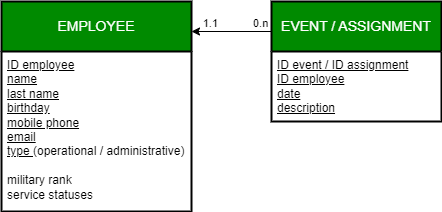
alessandropanzieri/GSS-Exprivia-project keeps this draw.io diagram as documentation/diagrams/er model diagram/er model diagram.png. Above is the earlier version. Source tidied: cells renumbered, new cells last; positions are measured from the earlier drawing's top-left corner, leaving out a move shared by most shapes.
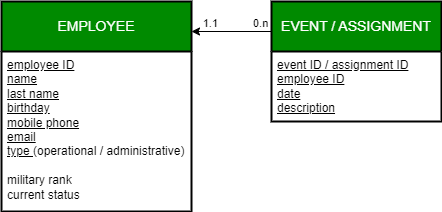
The same diagram one commit later.

Commit message:
edit er model diagram

What changed in the source:
```diff
@@ -5,13 +5,13 @@
     <mxCell id="2" value="EMPLOYEE" style="swimlane;horizontal=1;startSize=50;rounded=0;fontSize=14;fontStyle=0;strokeWidth=2;shadow=0;dashed=0;align=center;arcSize=4;whiteSpace=wrap;html=1;fillColor=#008a00;fontColor=#ffffff;strokeColor=#000000;swimlaneFillColor=#FFFFFF;" parent="1" vertex="1">
       <mxGeometry width="190" height="210" as="geometry" />
     </mxCell>
-    <mxCell id="3" value="&lt;font color=&quot;#000000&quot;&gt;&lt;u&gt;ID employee&lt;/u&gt;&lt;br&gt;&lt;u&gt;name&lt;br&gt;last name&lt;br&gt;birthday&lt;br&gt;mobile phone&lt;br&gt;email&lt;br&gt;type&amp;nbsp;&lt;/u&gt;(operational / administrative)&lt;br&gt;&lt;br&gt;military rank&lt;br&gt;service statuses&lt;/font&gt;" style="align=left;strokeColor=none;fillColor=none;spacingLeft=4;fontSize=12;verticalAlign=top;html=1;" parent="2" vertex="1">
+    <mxCell id="3" value="&lt;font color=&quot;#000000&quot;&gt;&lt;u&gt;employee ID&lt;/u&gt;&lt;br&gt;&lt;u&gt;name&lt;br&gt;last name&lt;br&gt;birthday&lt;br&gt;mobile phone&lt;br&gt;email&lt;br&gt;type&amp;nbsp;&lt;/u&gt;(operational / administrative)&lt;br&gt;&lt;br&gt;military rank&lt;br&gt;current status&lt;/font&gt;" style="align=left;strokeColor=none;fillColor=none;spacingLeft=4;fontSize=12;verticalAlign=top;html=1;" parent="2" vertex="1">
       <mxGeometry y="50" width="190" height="160" as="geometry" />
     </mxCell>
     <mxCell id="4" value="EVENT / ASSIGNMENT" style="swimlane;horizontal=1;startSize=50;rounded=0;fontSize=14;fontStyle=0;strokeWidth=2;shadow=0;dashed=0;align=center;arcSize=4;whiteSpace=wrap;html=1;fillColor=#008a00;fontColor=#ffffff;strokeColor=#000000;swimlaneFillColor=#FFFFFF;" parent="1" vertex="1">
       <mxGeometry x="270" width="170" height="120" as="geometry" />
     </mxCell>
-    <mxCell id="5" value="&lt;font style=&quot;&quot; color=&quot;#000000&quot;&gt;&lt;u&gt;ID event / ID assignment&lt;br&gt;ID employee&lt;br&gt;date&lt;br&gt;description&lt;/u&gt;&lt;/font&gt;" style="align=left;strokeColor=none;fillColor=none;spacingLeft=4;fontSize=12;verticalAlign=top;html=1;" parent="4" vertex="1">
+    <mxCell id="5" value="&lt;font style=&quot;&quot; color=&quot;#000000&quot;&gt;&lt;u&gt;event ID / assignment ID&lt;br&gt;employee ID&lt;br&gt;date&lt;br&gt;description&lt;/u&gt;&lt;/font&gt;" style="align=left;strokeColor=none;fillColor=none;spacingLeft=4;fontSize=12;verticalAlign=top;html=1;" parent="4" vertex="1">
       <mxGeometry y="50" width="170" height="70" as="geometry" />
     </mxCell>
     <mxCell id="6" style="endArrow=classic;html=1;rounded=0;strokeColor=#000000;" parent="1" edge="1">
```
